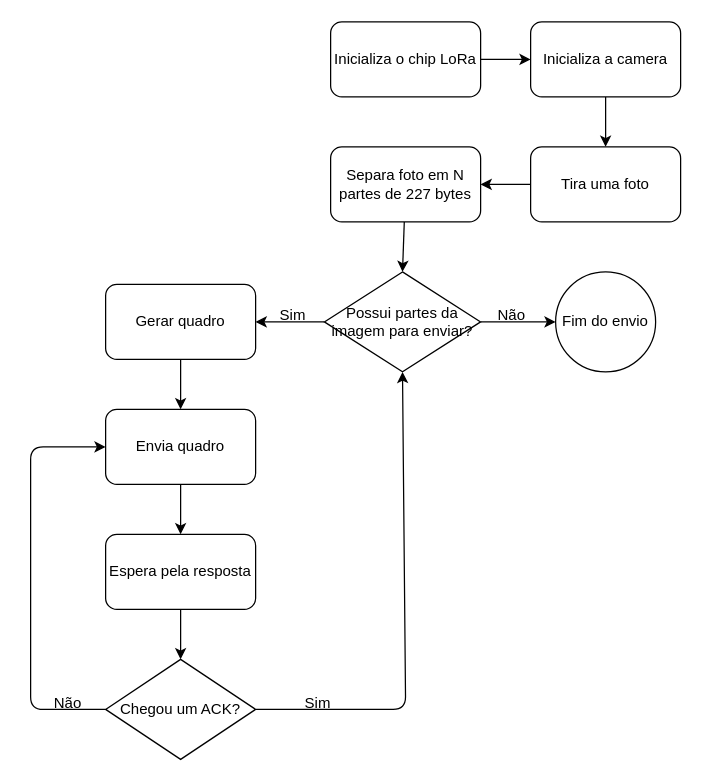
darkvictor13/LoRa-Image-Sender keeps this draw.io diagram as documentation/diagrams/fluxogram_sender.drawio. Above is the earlier version. Source tidied: cells renumbered, new cells numbered last; positions are measured from the earlier drawing's top-left corner, leaving out a move shared by most shapes. Both pictures are drawn from the tidied source at 125%, with x=0, y=0 at pixel (30, 21).
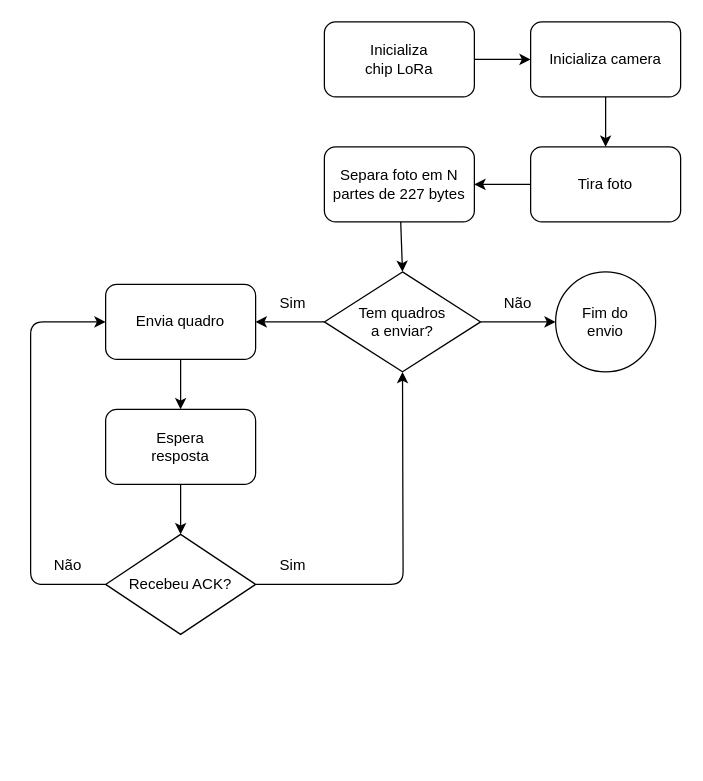
The same page after the edit.

Diff of the diagram source:
```diff
@@
-    <mxCell id="3" value="Inicializa o chip LoRa" style="rounded=1;whiteSpace=wrap;html=1;" parent="1" vertex="1">
-      <mxGeometry x="240" width="120" height="60" as="geometry" />
+    <mxCell id="3" value="Inicializa&lt;br&gt;chip LoRa" style="rounded=1;whiteSpace=wrap;html=1;" parent="1" vertex="1">
+      <mxGeometry x="235" width="120" height="60" as="geometry" />
     </mxCell>
-    <mxCell id="4" value="Inicializa a camera" style="rounded=1;whiteSpace=wrap;html=1;" parent="1" vertex="1">
+    <mxCell id="4" value="Inicializa camera" style="rounded=1;whiteSpace=wrap;html=1;" parent="1" vertex="1">
       <mxGeometry x="400" width="120" height="60" as="geometry" />
     </mxCell>
@@
-    <mxCell id="6" value="Tira uma foto" style="rounded=1;whiteSpace=wrap;html=1;" parent="1" vertex="1">
+    <mxCell id="6" value="Tira foto" style="rounded=1;whiteSpace=wrap;html=1;" parent="1" vertex="1">
       <mxGeometry x="400" y="100" width="120" height="60" as="geometry" />
     </mxCell>
@@
     <mxCell id="9" value="Separa foto em N partes de 227 bytes" style="rounded=1;whiteSpace=wrap;html=1;" parent="1" vertex="1">
-      <mxGeometry x="240" y="100" width="120" height="60" as="geometry" />
+      <mxGeometry x="235" y="100" width="120" height="60" as="geometry" />
     </mxCell>
@@
-    <mxCell id="11" style="edgeStyle=none;html=1;entryX=1;entryY=0.5;entryDx=0;entryDy=0;endArrow=classic;endFill=1;exitX=0;exitY=0.5;exitDx=0;exitDy=0;" parent="1" edge="1" source="12" target="15">
+    <mxCell id="11" style="edgeStyle=none;html=1;endArrow=classic;endFill=1;exitX=0;exitY=0.5;exitDx=0;exitDy=0;" parent="1" edge="1" source="12" target="19">
       <mxGeometry relative="1" as="geometry" />
     </mxCell>
-    <mxCell id="12" value="Possui partes da imagem para enviar?" style="rhombus;whiteSpace=wrap;html=1;" parent="1" vertex="1">
+    <mxCell id="12" value="Tem quadros &lt;br&gt;a enviar?" style="rhombus;whiteSpace=wrap;html=1;" parent="1" vertex="1">
       <mxGeometry x="235" y="200" width="125" height="80" as="geometry" />
     </mxCell>
-    <mxCell id="13" value="Fim do envio" style="ellipse;whiteSpace=wrap;html=1;" parent="1" vertex="1">
+    <mxCell id="13" value="Fim do&lt;br&gt;envio" style="ellipse;whiteSpace=wrap;html=1;" parent="1" vertex="1">
       <mxGeometry x="420" y="200" width="80" height="80" as="geometry" />
     </mxCell>
-    <mxCell id="14" style="edgeStyle=none;html=1;exitX=0.5;exitY=1;exitDx=0;exitDy=0;entryX=0.5;entryY=0;entryDx=0;entryDy=0;endArrow=classic;endFill=1;" parent="1" edge="1" source="15" target="19">
-      <mxGeometry relative="1" as="geometry" />
-    </mxCell>
-    <mxCell id="15" value="Gerar quadro" style="rounded=1;whiteSpace=wrap;html=1;" parent="1" vertex="1">
-      <mxGeometry x="60" y="210" width="120" height="60" as="geometry" />
-    </mxCell>
     <mxCell id="16" value="Não" style="text;html=1;strokeColor=none;fillColor=none;align=center;verticalAlign=middle;whiteSpace=wrap;rounded=0;" parent="1" vertex="1">
-      <mxGeometry x="355" y="220" width="60" height="30" as="geometry" />
+      <mxGeometry x="360" y="210" width="60" height="30" as="geometry" />
     </mxCell>
     <mxCell id="17" value="Sim" style="text;html=1;strokeColor=none;fillColor=none;align=center;verticalAlign=middle;whiteSpace=wrap;rounded=0;" parent="1" vertex="1">
-      <mxGeometry x="180" y="220" width="60" height="30" as="geometry" />
+      <mxGeometry x="180" y="210" width="60" height="30" as="geometry" />
     </mxCell>
@@
     <mxCell id="19" value="Envia quadro" style="rounded=1;whiteSpace=wrap;html=1;" parent="1" vertex="1">
-      <mxGeometry x="60" y="310" width="120" height="60" as="geometry" />
+      <mxGeometry x="60" y="210" width="120" height="60" as="geometry" />
     </mxCell>
@@
-    <mxCell id="21" value="Espera pela resposta" style="rounded=1;whiteSpace=wrap;html=1;" parent="1" vertex="1">
-      <mxGeometry x="60" y="410" width="120" height="60" as="geometry" />
+    <mxCell id="21" value="Espera &lt;br&gt;resposta" style="rounded=1;whiteSpace=wrap;html=1;" parent="1" vertex="1">
+      <mxGeometry x="60" y="310" width="120" height="60" as="geometry" />
     </mxCell>
     <mxCell id="22" style="edgeStyle=none;html=1;exitX=1;exitY=0.5;exitDx=0;exitDy=0;entryX=0.5;entryY=1;entryDx=0;entryDy=0;endArrow=classic;endFill=1;" parent="1" edge="1" source="24" target="12">
       <mxGeometry relative="1" as="geometry">
         <Array as="points">
-          <mxPoint x="300" y="550" />
+          <mxPoint x="298" y="450" />
         </Array>
       </mxGeometry>
     </mxCell>
     <mxCell id="23" style="edgeStyle=none;html=1;exitX=0;exitY=0.5;exitDx=0;exitDy=0;entryX=0;entryY=0.5;entryDx=0;entryDy=0;endArrow=classic;endFill=1;" parent="1" edge="1" source="24" target="19">
       <mxGeometry relative="1" as="geometry">
         <Array as="points">
-          <mxPoint y="550" />
-          <mxPoint y="340" />
+          <mxPoint y="450" />
+          <mxPoint y="240" />
         </Array>
       </mxGeometry>
     </mxCell>
-    <mxCell id="24" value="Chegou um ACK?" style="rhombus;whiteSpace=wrap;html=1;" parent="1" vertex="1">
-      <mxGeometry x="60" y="510" width="120" height="80" as="geometry" />
+    <mxCell id="24" value="Recebeu ACK?" style="rhombus;whiteSpace=wrap;html=1;" parent="1" vertex="1">
+      <mxGeometry x="60" y="410" width="120" height="80" as="geometry" />
     </mxCell>
     <mxCell id="25" value="Sim" style="text;html=1;strokeColor=none;fillColor=none;align=center;verticalAlign=middle;whiteSpace=wrap;rounded=0;" parent="1" vertex="1">
-      <mxGeometry x="200" y="530" width="60" height="30" as="geometry" />
+      <mxGeometry x="180" y="420" width="60" height="30" as="geometry" />
     </mxCell>
     <mxCell id="26" value="Não" style="text;html=1;strokeColor=none;fillColor=none;align=center;verticalAlign=middle;whiteSpace=wrap;rounded=0;" parent="1" vertex="1">
-      <mxGeometry y="530" width="60" height="30" as="geometry" />
+      <mxGeometry y="420" width="60" height="30" as="geometry" />
     </mxCell>
```
